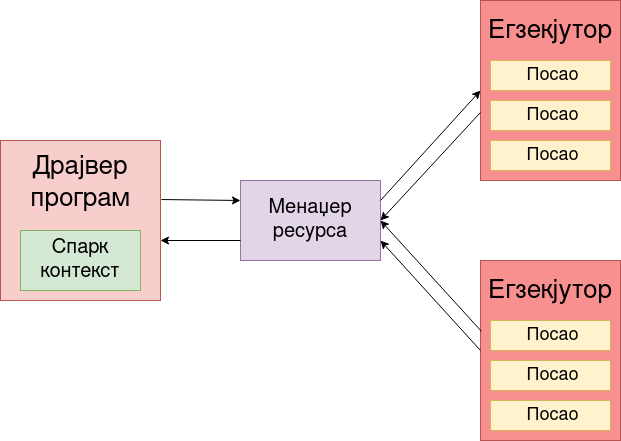
davgav123/geo-locator keeps this draw.io diagram as thesis_serbian/master-thesis-tex-source/pictures/spark_arch.png. Above is the earlier version. Source tidied: cells renumbered, new cells last; positions are measured from the earlier drawing's top-left corner, leaving out a move shared by most shapes.
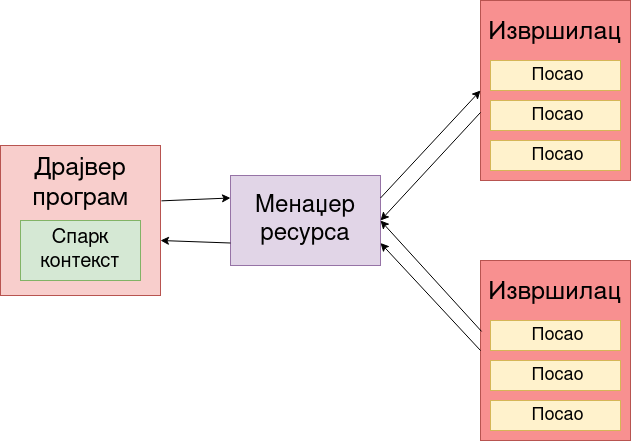
Later version of the same file.

The edit, as a diff of the source:
```diff
@@ -2,17 +2,17 @@
   <root>
     <mxCell id="0" />
     <mxCell id="1" parent="0" />
-    <mxCell id="2" value="&lt;div style=&quot;font-size: 26px;&quot;&gt;Драјвер&lt;/div&gt;&lt;div style=&quot;font-size: 26px;&quot;&gt;програм&lt;br&gt;&lt;/div&gt;&lt;div&gt;&lt;br&gt;&lt;/div&gt;&lt;div&gt;&lt;br&gt;&lt;/div&gt;&lt;div&gt;&lt;br&gt;&lt;/div&gt;&lt;div&gt;&lt;br&gt;&lt;/div&gt;&lt;div&gt;&lt;br&gt;&lt;/div&gt;" style="rounded=0;whiteSpace=wrap;html=1;fillColor=#f8cecc;strokeColor=#b85450;" parent="1" vertex="1">
-      <mxGeometry y="140" width="160" height="160" as="geometry" />
+    <mxCell id="2" value="&lt;div style=&quot;font-size: 25px;&quot;&gt;&lt;font style=&quot;font-size: 25px;&quot;&gt;Драјвер&lt;/font&gt;&lt;/div&gt;&lt;div style=&quot;font-size: 25px;&quot;&gt;&lt;font style=&quot;font-size: 25px;&quot;&gt;програм&lt;br&gt;&lt;/font&gt;&lt;/div&gt;&lt;div style=&quot;font-size: 25px;&quot;&gt;&lt;font style=&quot;font-size: 25px;&quot;&gt;&lt;br&gt;&lt;/font&gt;&lt;/div&gt;&lt;div style=&quot;&quot;&gt;&lt;font style=&quot;font-size: 12px;&quot;&gt;&lt;br&gt;&lt;/font&gt;&lt;/div&gt;&lt;div style=&quot;&quot;&gt;&lt;font style=&quot;font-size: 12px;&quot;&gt;&lt;br&gt;&lt;/font&gt;&lt;/div&gt;&lt;div style=&quot;&quot;&gt;&lt;font style=&quot;font-size: 12px;&quot;&gt;&lt;br&gt;&lt;/font&gt;&lt;/div&gt;" style="rounded=0;whiteSpace=wrap;html=1;fillColor=#f8cecc;strokeColor=#b85450;" parent="1" vertex="1">
+      <mxGeometry y="145" width="160" height="150" as="geometry" />
     </mxCell>
-    <mxCell id="3" value="&lt;div&gt;&lt;font style=&quot;font-size: 20px;&quot;&gt;Менаџер&lt;/font&gt;&lt;/div&gt;&lt;div&gt;&lt;font style=&quot;font-size: 20px;&quot;&gt;ресурса&lt;/font&gt;&lt;/div&gt;" style="rounded=0;whiteSpace=wrap;html=1;fillColor=#e1d5e7;strokeColor=#9673a6;" parent="1" vertex="1">
-      <mxGeometry x="240" y="180" width="140" height="80" as="geometry" />
+    <mxCell id="3" value="&lt;div style=&quot;font-size: 24px;&quot;&gt;&lt;font style=&quot;font-size: 24px;&quot;&gt;Менаџер&lt;/font&gt;&lt;/div&gt;&lt;div style=&quot;font-size: 24px;&quot;&gt;&lt;font style=&quot;font-size: 24px;&quot;&gt;ресурса&lt;/font&gt;&lt;/div&gt;" style="rounded=0;whiteSpace=wrap;html=1;fillColor=#e1d5e7;strokeColor=#9673a6;" parent="1" vertex="1">
+      <mxGeometry x="230" y="175" width="150" height="90" as="geometry" />
     </mxCell>
-    <mxCell id="4" value="&lt;div style=&quot;font-size: 26px;&quot;&gt;Егзекјутор&lt;/div&gt;&lt;div&gt;&lt;br&gt;&lt;/div&gt;&lt;div&gt;&lt;br&gt;&lt;/div&gt;&lt;div&gt;&lt;br&gt;&lt;/div&gt;&lt;div&gt;&lt;br&gt;&lt;/div&gt;&lt;div&gt;&lt;br&gt;&lt;/div&gt;&lt;div&gt;&lt;br&gt;&lt;/div&gt;&lt;div&gt;&lt;br&gt;&lt;/div&gt;&lt;div&gt;&lt;br&gt;&lt;/div&gt;" style="rounded=0;whiteSpace=wrap;html=1;fillColor=#F89090;strokeColor=#b85450;" parent="1" vertex="1">
-      <mxGeometry x="480" width="140" height="180" as="geometry" />
+    <mxCell id="4" value="&lt;div style=&quot;font-size: 25px;&quot;&gt;Извршилац&lt;br&gt;&lt;/div&gt;&lt;div&gt;&lt;br&gt;&lt;/div&gt;&lt;div&gt;&lt;br&gt;&lt;/div&gt;&lt;div&gt;&lt;br&gt;&lt;/div&gt;&lt;div&gt;&lt;br&gt;&lt;/div&gt;&lt;div&gt;&lt;br&gt;&lt;/div&gt;&lt;div&gt;&lt;br&gt;&lt;/div&gt;&lt;div&gt;&lt;br&gt;&lt;/div&gt;&lt;div&gt;&lt;br&gt;&lt;/div&gt;" style="rounded=0;whiteSpace=wrap;html=1;fillColor=#F89090;strokeColor=#b85450;" parent="1" vertex="1">
+      <mxGeometry x="480" width="150" height="180" as="geometry" />
     </mxCell>
-    <mxCell id="5" value="&lt;div style=&quot;font-size: 26px;&quot;&gt;&lt;div style=&quot;font-size: 26px;&quot;&gt;Егзекјутор&lt;/div&gt;&lt;/div&gt;&lt;div&gt;&lt;br&gt;&lt;/div&gt;&lt;div&gt;&lt;br&gt;&lt;/div&gt;&lt;div&gt;&lt;br&gt;&lt;/div&gt;&lt;div&gt;&lt;br&gt;&lt;/div&gt;&lt;div&gt;&lt;br&gt;&lt;/div&gt;&lt;div&gt;&lt;br&gt;&lt;/div&gt;&lt;div&gt;&lt;br&gt;&lt;/div&gt;&lt;div&gt;&lt;br&gt;&lt;/div&gt;" style="rounded=0;whiteSpace=wrap;html=1;fillColor=#F89090;strokeColor=#b85450;" parent="1" vertex="1">
-      <mxGeometry x="480" y="260" width="140" height="180" as="geometry" />
+    <mxCell id="5" value="&lt;div style=&quot;font-size: 25px;&quot;&gt;&lt;div style=&quot;&quot;&gt;Извршилац&lt;/div&gt;&lt;/div&gt;&lt;div&gt;&lt;br&gt;&lt;/div&gt;&lt;div&gt;&lt;br&gt;&lt;/div&gt;&lt;div&gt;&lt;br&gt;&lt;/div&gt;&lt;div&gt;&lt;br&gt;&lt;/div&gt;&lt;div&gt;&lt;br&gt;&lt;/div&gt;&lt;div&gt;&lt;br&gt;&lt;/div&gt;&lt;div&gt;&lt;br&gt;&lt;/div&gt;&lt;div&gt;&lt;br&gt;&lt;/div&gt;" style="rounded=0;whiteSpace=wrap;html=1;fillColor=#F89090;strokeColor=#b85450;" parent="1" vertex="1">
+      <mxGeometry x="480" y="260" width="150" height="180" as="geometry" />
     </mxCell>
     <mxCell id="6" style="endArrow=classic;html=1;rounded=0;entryX=0;entryY=0.5;entryDx=0;entryDy=0;exitX=1;exitY=0.25;exitDx=0;exitDy=0;" parent="1" edge="1" source="3" target="4">
       <mxGeometry relative="1" as="geometry" />
@@ -35,25 +35,25 @@
       </mxGeometry>
     </mxCell>
     <mxCell id="12" value="&lt;font style=&quot;font-size: 20px;&quot;&gt;Спарк контекст&lt;/font&gt;" style="rounded=0;whiteSpace=wrap;html=1;fillColor=#d5e8d4;strokeColor=#82b366;" parent="1" vertex="1">
-      <mxGeometry x="20" y="230" width="120" height="60" as="geometry" />
+      <mxGeometry x="20" y="220" width="120" height="60" as="geometry" />
     </mxCell>
     <mxCell id="13" value="&lt;font style=&quot;font-size: 18px;&quot;&gt;&amp;nbsp;Посао&lt;/font&gt;" style="rounded=0;whiteSpace=wrap;html=1;fillColor=#fff2cc;strokeColor=#d6b656;" parent="1" vertex="1">
-      <mxGeometry x="490" y="100" width="120" height="30" as="geometry" />
+      <mxGeometry x="490" y="100" width="130" height="30" as="geometry" />
     </mxCell>
     <mxCell id="14" value="&lt;font style=&quot;font-size: 18px;&quot;&gt;&amp;nbsp;Посао&lt;/font&gt;" style="rounded=0;whiteSpace=wrap;html=1;fillColor=#fff2cc;strokeColor=#d6b656;" parent="1" vertex="1">
-      <mxGeometry x="490" y="140" width="120" height="30" as="geometry" />
+      <mxGeometry x="490" y="140" width="130" height="30" as="geometry" />
     </mxCell>
     <mxCell id="15" value="&lt;font style=&quot;font-size: 18px;&quot;&gt;&amp;nbsp;Посао&lt;/font&gt;" style="rounded=0;whiteSpace=wrap;html=1;fillColor=#fff2cc;strokeColor=#d6b656;" parent="1" vertex="1">
-      <mxGeometry x="490" y="400" width="120" height="30" as="geometry" />
+      <mxGeometry x="490" y="400" width="130" height="30" as="geometry" />
     </mxCell>
     <mxCell id="16" value="&lt;font style=&quot;font-size: 18px;&quot;&gt;&amp;nbsp;Посао&lt;/font&gt;" style="rounded=0;whiteSpace=wrap;html=1;fillColor=#fff2cc;strokeColor=#d6b656;" parent="1" vertex="1">
-      <mxGeometry x="490" y="360" width="120" height="30" as="geometry" />
+      <mxGeometry x="490" y="360" width="130" height="30" as="geometry" />
     </mxCell>
     <mxCell id="17" value="&lt;font style=&quot;font-size: 18px;&quot;&gt;&amp;nbsp;Посао&lt;/font&gt;" style="rounded=0;whiteSpace=wrap;html=1;fillColor=#fff2cc;strokeColor=#d6b656;" parent="1" vertex="1">
-      <mxGeometry x="490" y="320" width="120" height="30" as="geometry" />
+      <mxGeometry x="490" y="320" width="130" height="30" as="geometry" />
     </mxCell>
     <mxCell id="18" value="&lt;font style=&quot;font-size: 18px;&quot;&gt;&amp;nbsp;Посао&lt;/font&gt;" style="rounded=0;whiteSpace=wrap;html=1;fillColor=#fff2cc;strokeColor=#d6b656;" parent="1" vertex="1">
-      <mxGeometry x="490" y="60" width="120" height="30" as="geometry" />
+      <mxGeometry x="490" y="60" width="130" height="30" as="geometry" />
     </mxCell>
   </root>
 </mxGraphModel>
```
